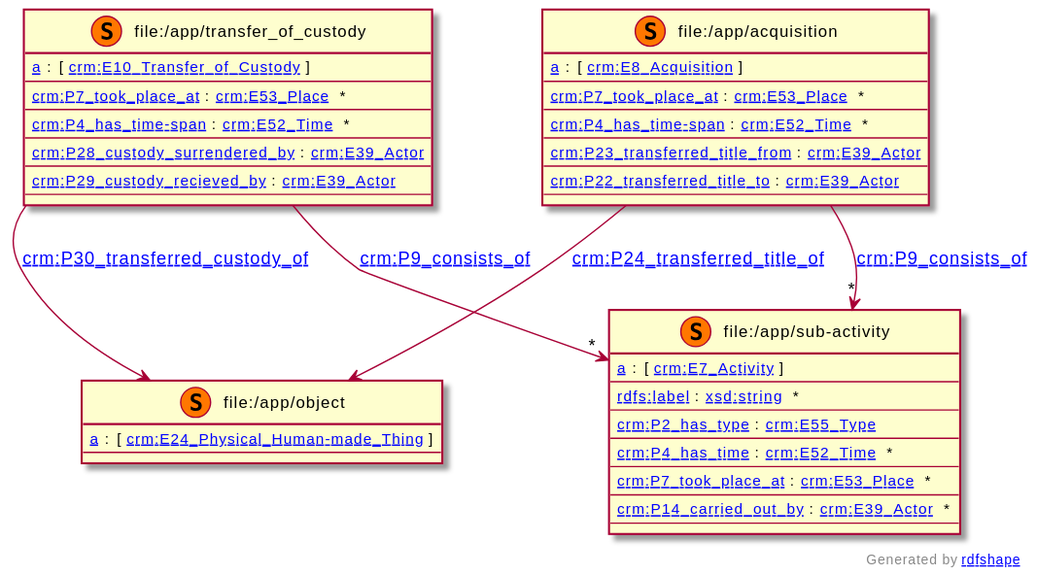
Before: resource/object_provenance_ontology.svg, a diagram exported from PlantUML (Shoilee/object_provenance_modeling). Its diagram source:
```plantuml
@startuml
class "file:/app/object" as 0 <<(S,#FF7700)>> [[file:/app/object file:/app/object]] {
[[http://www.w3.org/1999/02/22-rdf-syntax-ns#type a]] : [ [[http://www.cidoc-crm.org/cidoc-crm/E24_Physical_Human-made_Thing crm:E24_Physical_Human-made_Thing]] ]
--
}
class "file:/app/transfer_of_custody" as 1 <<(S,#FF7700)>> [[file:/app/transfer_of_custody file:/app/transfer_of_custody]] {
[[http://www.w3.org/1999/02/22-rdf-syntax-ns#type a]] : [ [[http://www.cidoc-crm.org/cidoc-crm/E10_Transfer_of_Custody crm:E10_Transfer_of_Custody]] ]
--
[[http://www.cidoc-crm.org/cidoc-crm/P7_took_place_at crm:P7_took_place_at]] : [[http://www.cidoc-crm.org/cidoc-crm/E53_Place crm:E53_Place]]  *
--
[[http://www.cidoc-crm.org/cidoc-crm/P4_has_time-span crm:P4_has_time-span]] : [[http://www.cidoc-crm.org/cidoc-crm/E52_Time crm:E52_Time]]  *
--
[[http://www.cidoc-crm.org/cidoc-crm/P28_custody_surrendered_by crm:P28_custody_surrendered_by]] : [[http://www.cidoc-crm.org/cidoc-crm/E39_Actor crm:E39_Actor]]
--
[[http://www.cidoc-crm.org/cidoc-crm/P29_custody_recieved_by crm:P29_custody_recieved_by]] : [[http://www.cidoc-crm.org/cidoc-crm/E39_Actor crm:E39_Actor]]
--
}
class "file:/app/acquisition" as 3 <<(S,#FF7700)>> [[file:/app/acquisition file:/app/acquisition]] {
[[http://www.w3.org/1999/02/22-rdf-syntax-ns#type a]] : [ [[http://www.cidoc-crm.org/cidoc-crm/E8_Acquisition crm:E8_Acquisition]] ]
--
[[http://www.cidoc-crm.org/cidoc-crm/P7_took_place_at crm:P7_took_place_at]] : [[http://www.cidoc-crm.org/cidoc-crm/E53_Place crm:E53_Place]]  *
--
[[http://www.cidoc-crm.org/cidoc-crm/P4_has_time-span crm:P4_has_time-span]] : [[http://www.cidoc-crm.org/cidoc-crm/E52_Time crm:E52_Time]]  *
--
[[http://www.cidoc-crm.org/cidoc-crm/P23_transferred_title_from crm:P23_transferred_title_from]] : [[http://www.cidoc-crm.org/cidoc-crm/E39_Actor crm:E39_Actor]]
--
[[http://www.cidoc-crm.org/cidoc-crm/P22_transferred_title_to crm:P22_transferred_title_to]] : [[http://www.cidoc-crm.org/cidoc-crm/E39_Actor crm:E39_Actor]]
--
}
class "file:/app/sub-activity" as 2 <<(S,#FF7700)>> [[file:/app/sub-activity file:/app/sub-activity]] {
[[http://www.w3.org/1999/02/22-rdf-syntax-ns#type a]] : [ [[http://www.cidoc-crm.org/cidoc-crm/E7_Activity crm:E7_Activity]] ]
--
[[http://www.w3.org/2000/01/rdf-schema#label rdfs:label]] : [[http://www.w3.org/2001/XMLSchema#string xsd:string]]  *
--
[[http://www.cidoc-crm.org/cidoc-crm/P2_has_type crm:P2_has_type]] : [[http://www.cidoc-crm.org/cidoc-crm/E55_Type crm:E55_Type]]
--
[[http://www.cidoc-crm.org/cidoc-crm/P4_has_time crm:P4_has_time]] : [[http://www.cidoc-crm.org/cidoc-crm/E52_Time crm:E52_Time]]  *
--
[[http://www.cidoc-crm.org/cidoc-crm/P7_took_place_at crm:P7_took_place_at]] : [[http://www.cidoc-crm.org/cidoc-crm/E53_Place crm:E53_Place]]  *
--
[[http://www.cidoc-crm.org/cidoc-crm/P14_carried_out_by crm:P14_carried_out_by]] : [[http://www.cidoc-crm.org/cidoc-crm/E39_Actor crm:E39_Actor]]  *
--
}
3 --> "*" 2 : [[http://www.cidoc-crm.org/cidoc-crm/P9_consists_of crm:P9_consists_of]]
3 --> " " 0 : [[http://www.cidoc-crm.org/cidoc-crm/P24_transferred_title_of crm:P24_transferred_title_of]]
1 --> "*" 2 : [[http://www.cidoc-crm.org/cidoc-crm/P9_consists_of crm:P9_consists_of]]
1 --> " " 0 : [[http://www.cidoc-crm.org/cidoc-crm/P30_transferred_custody_of crm:P30_transferred_custody_of]]

right footer Generated by [[https://rdfshape.weso.es rdfshape]]
@enduml
```
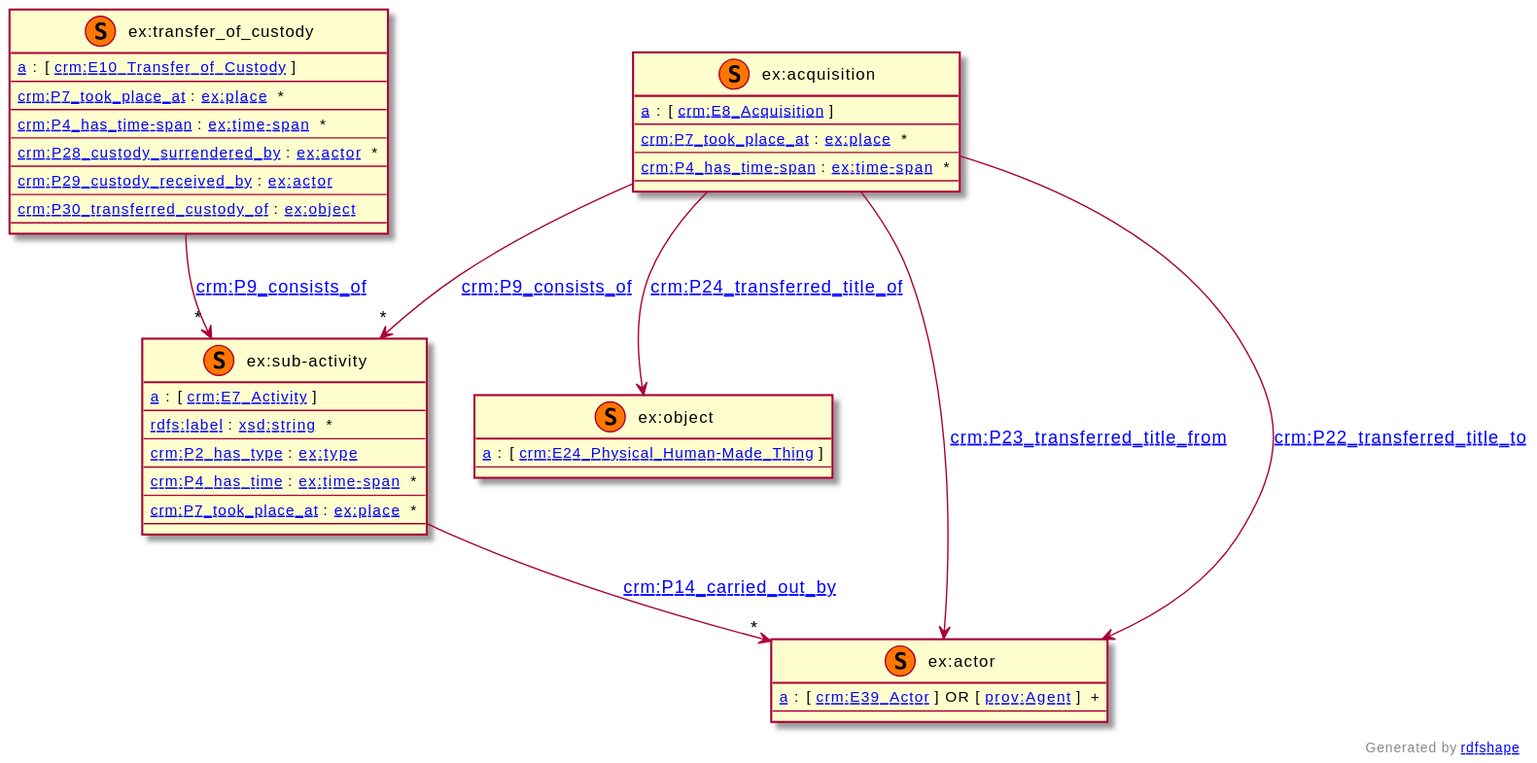
The same diagram one commit later.

Change to the diagram source:
```diff
@@ -1,50 +1,52 @@
 @startuml
-class "file:/app/object" as 0 <<(S,#FF7700)>> [[file:/app/object file:/app/object]] {
-[[http://www.w3.org/1999/02/22-rdf-syntax-ns#type a]] : [ [[http://www.cidoc-crm.org/cidoc-crm/E24_Physical_Human-made_Thing crm:E24_Physical_Human-made_Thing]] ]
+class "ex:transfer_of_custody" as 0 <<(S,#FF7700)>> [[https://example.comtransfer_of_custody ex:transfer_of_custody]] {
+[[http://www.w3.org/1999/02/22-rdf-syntax-ns#type a]] : [ [[http://www.cidoc-crm.org/cidoc-crm/E10_Transfer_of_Custody crm:E10_Transfer_of_Custody]] ]
+--
+[[http://www.cidoc-crm.org/cidoc-crm/P7_took_place_at crm:P7_took_place_at]] : [[https://example.complace ex:place]]  *
+--
+[[http://www.cidoc-crm.org/cidoc-crm/P4_has_time-span crm:P4_has_time-span]] : [[https://example.comtime-span ex:time-span]]  *
+--
+[[http://www.cidoc-crm.org/cidoc-crm/P28_custody_surrendered_by crm:P28_custody_surrendered_by]] : [[https://example.comactor ex:actor]]  *
+--
+[[http://www.cidoc-crm.org/cidoc-crm/P29_custody_received_by crm:P29_custody_received_by]] : [[https://example.comactor ex:actor]]
+--
+[[http://www.cidoc-crm.org/cidoc-crm/P30_transferred_custody_of crm:P30_transferred_custody_of]] : [[https://example.comobject ex:object]]
 --
 }
-class "file:/app/transfer_of_custody" as 1 <<(S,#FF7700)>> [[file:/app/transfer_of_custody file:/app/transfer_of_custody]] {
-[[http://www.w3.org/1999/02/22-rdf-syntax-ns#type a]] : [ [[http://www.cidoc-crm.org/cidoc-crm/E10_Transfer_of_Custody crm:E10_Transfer_of_Custody]] ]
---
-[[http://www.cidoc-crm.org/cidoc-crm/P7_took_place_at crm:P7_took_place_at]] : [[http://www.cidoc-crm.org/cidoc-crm/E53_Place crm:E53_Place]]  *
---
-[[http://www.cidoc-crm.org/cidoc-crm/P4_has_time-span crm:P4_has_time-span]] : [[http://www.cidoc-crm.org/cidoc-crm/E52_Time crm:E52_Time]]  *
---
-[[http://www.cidoc-crm.org/cidoc-crm/P28_custody_surrendered_by crm:P28_custody_surrendered_by]] : [[http://www.cidoc-crm.org/cidoc-crm/E39_Actor crm:E39_Actor]]
---
-[[http://www.cidoc-crm.org/cidoc-crm/P29_custody_recieved_by crm:P29_custody_recieved_by]] : [[http://www.cidoc-crm.org/cidoc-crm/E39_Actor crm:E39_Actor]]
---
-}
-class "file:/app/acquisition" as 3 <<(S,#FF7700)>> [[file:/app/acquisition file:/app/acquisition]] {
-[[http://www.w3.org/1999/02/22-rdf-syntax-ns#type a]] : [ [[http://www.cidoc-crm.org/cidoc-crm/E8_Acquisition crm:E8_Acquisition]] ]
---
-[[http://www.cidoc-crm.org/cidoc-crm/P7_took_place_at crm:P7_took_place_at]] : [[http://www.cidoc-crm.org/cidoc-crm/E53_Place crm:E53_Place]]  *
---
-[[http://www.cidoc-crm.org/cidoc-crm/P4_has_time-span crm:P4_has_time-span]] : [[http://www.cidoc-crm.org/cidoc-crm/E52_Time crm:E52_Time]]  *
---
-[[http://www.cidoc-crm.org/cidoc-crm/P23_transferred_title_from crm:P23_transferred_title_from]] : [[http://www.cidoc-crm.org/cidoc-crm/E39_Actor crm:E39_Actor]]
---
-[[http://www.cidoc-crm.org/cidoc-crm/P22_transferred_title_to crm:P22_transferred_title_to]] : [[http://www.cidoc-crm.org/cidoc-crm/E39_Actor crm:E39_Actor]]
---
-}
-class "file:/app/sub-activity" as 2 <<(S,#FF7700)>> [[file:/app/sub-activity file:/app/sub-activity]] {
+class "ex:sub-activity" as 1 <<(S,#FF7700)>> [[https://example.comsub-activity ex:sub-activity]] {
 [[http://www.w3.org/1999/02/22-rdf-syntax-ns#type a]] : [ [[http://www.cidoc-crm.org/cidoc-crm/E7_Activity crm:E7_Activity]] ]
 --
 [[http://www.w3.org/2000/01/rdf-schema#label rdfs:label]] : [[http://www.w3.org/2001/XMLSchema#string xsd:string]]  *
 --
-[[http://www.cidoc-crm.org/cidoc-crm/P2_has_type crm:P2_has_type]] : [[http://www.cidoc-crm.org/cidoc-crm/E55_Type crm:E55_Type]]
+[[http://www.cidoc-crm.org/cidoc-crm/P2_has_type crm:P2_has_type]] : [[https://example.comtype ex:type]]
 --
-[[http://www.cidoc-crm.org/cidoc-crm/P4_has_time crm:P4_has_time]] : [[http://www.cidoc-crm.org/cidoc-crm/E52_Time crm:E52_Time]]  *
+[[http://www.cidoc-crm.org/cidoc-crm/P4_has_time crm:P4_has_time]] : [[https://example.comtime-span ex:time-span]]  *
 --
-[[http://www.cidoc-crm.org/cidoc-crm/P7_took_place_at crm:P7_took_place_at]] : [[http://www.cidoc-crm.org/cidoc-crm/E53_Place crm:E53_Place]]  *
---
-[[http://www.cidoc-crm.org/cidoc-crm/P14_carried_out_by crm:P14_carried_out_by]] : [[http://www.cidoc-crm.org/cidoc-crm/E39_Actor crm:E39_Actor]]  *
+[[http://www.cidoc-crm.org/cidoc-crm/P7_took_place_at crm:P7_took_place_at]] : [[https://example.complace ex:place]]  *
 --
 }
-3 --> "*" 2 : [[http://www.cidoc-crm.org/cidoc-crm/P9_consists_of crm:P9_consists_of]]
-3 --> " " 0 : [[http://www.cidoc-crm.org/cidoc-crm/P24_transferred_title_of crm:P24_transferred_title_of]]
-1 --> "*" 2 : [[http://www.cidoc-crm.org/cidoc-crm/P9_consists_of crm:P9_consists_of]]
-1 --> " " 0 : [[http://www.cidoc-crm.org/cidoc-crm/P30_transferred_custody_of crm:P30_transferred_custody_of]]
+class "ex:acquisition" as 2 <<(S,#FF7700)>> [[https://example.comacquisition ex:acquisition]] {
+[[http://www.w3.org/1999/02/22-rdf-syntax-ns#type a]] : [ [[http://www.cidoc-crm.org/cidoc-crm/E8_Acquisition crm:E8_Acquisition]] ]
+--
+[[http://www.cidoc-crm.org/cidoc-crm/P7_took_place_at crm:P7_took_place_at]] : [[https://example.complace ex:place]]  *
+--
+[[http://www.cidoc-crm.org/cidoc-crm/P4_has_time-span crm:P4_has_time-span]] : [[https://example.comtime-span ex:time-span]]  *
+--
+}
+class "ex:object" as 3 <<(S,#FF7700)>> [[https://example.comobject ex:object]] {
+[[http://www.w3.org/1999/02/22-rdf-syntax-ns#type a]] : [ [[http://www.cidoc-crm.org/cidoc-crm/E24_Physical_Human-Made_Thing crm:E24_Physical_Human-Made_Thing]] ]
+--
+}
+class "ex:actor" as 4 <<(S,#FF7700)>> [[https://example.comactor ex:actor]] {
+[[http://www.w3.org/1999/02/22-rdf-syntax-ns#type a]] : [ [[http://www.cidoc-crm.org/cidoc-crm/E39_Actor crm:E39_Actor]] ] OR [ [[http://www.w3.org/ns/prov#Agent prov:Agent]] ] +
+--
+}
+1 --> "*" 4 : [[http://www.cidoc-crm.org/cidoc-crm/P14_carried_out_by crm:P14_carried_out_by]]
+2 --> "*" 1 : [[http://www.cidoc-crm.org/cidoc-crm/P9_consists_of crm:P9_consists_of]]
+2 --> " " 4 : [[http://www.cidoc-crm.org/cidoc-crm/P23_transferred_title_from crm:P23_transferred_title_from]]
+2 --> " " 4 : [[http://www.cidoc-crm.org/cidoc-crm/P22_transferred_title_to crm:P22_transferred_title_to]]
+2 --> " " 3 : [[http://www.cidoc-crm.org/cidoc-crm/P24_transferred_title_of crm:P24_transferred_title_of]]
+0 --> "*" 1 : [[http://www.cidoc-crm.org/cidoc-crm/P9_consists_of crm:P9_consists_of]]
 
 right footer Generated by [[https://rdfshape.weso.es rdfshape]]
 @enduml
```
